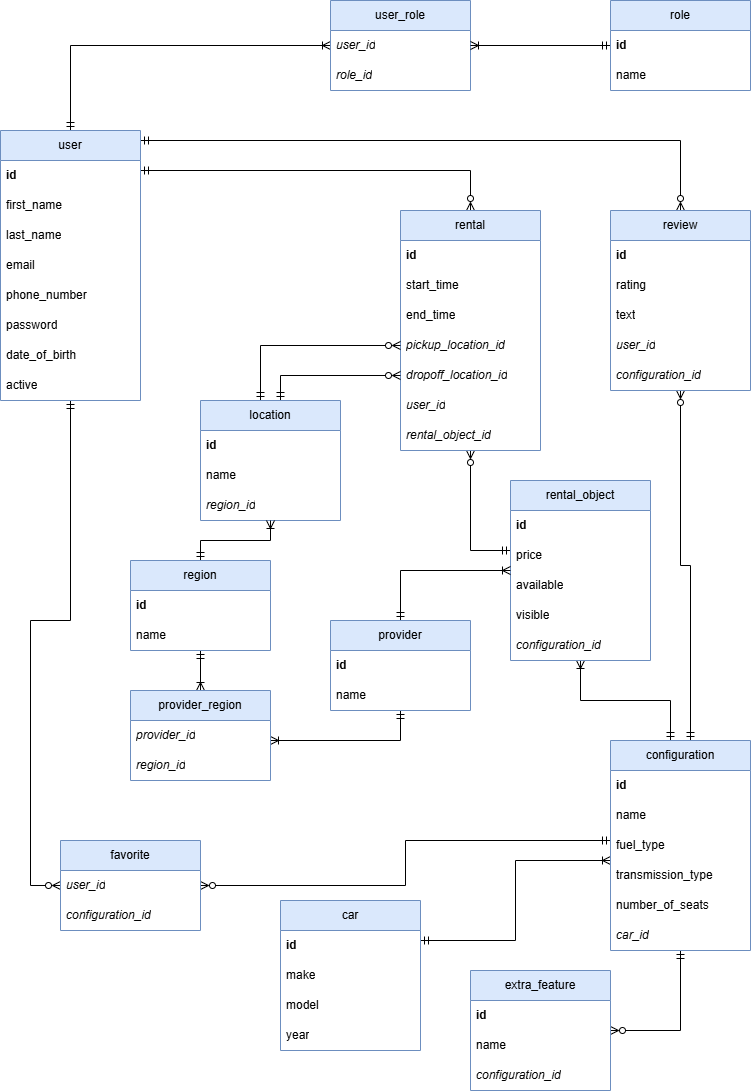
Before: docs/diagrams/er-diagram.png, a diagram exported from draw.io (sinbruh/group14-webapp). Source tidied: cells renumbered, new cells last; positions are measured from the earlier drawing's top-left corner, leaving out a move shared by most shapes.
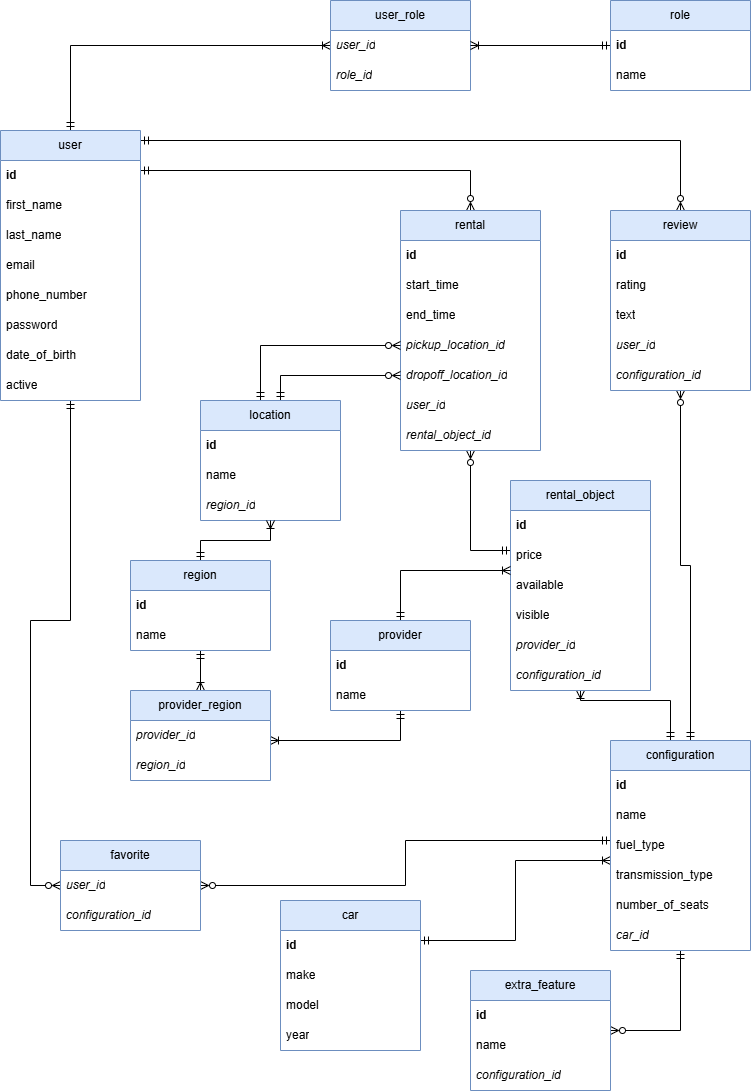
The same file after the commit.

The edit, as a diff of the source:
```diff
@@ -175,7 +175,7 @@
       </mxGeometry>
     </mxCell>
     <mxCell id="44" value="rental_object" style="swimlane;fontStyle=0;horizontal=1;startSize=30;whiteSpace=wrap;html=1;fillColor=#dae8fc;strokeColor=#6c8ebf;" parent="1" vertex="1">
-      <mxGeometry x="510" y="480" width="140" height="180" as="geometry" />
+      <mxGeometry x="510" y="480" width="140" height="210" as="geometry" />
     </mxCell>
     <mxCell id="45" value="&lt;b&gt;id&lt;/b&gt;" style="text;strokeColor=none;fillColor=none;align=left;verticalAlign=middle;spacingLeft=4;spacingRight=4;overflow=hidden;whiteSpace=wrap;html=1;" parent="44" vertex="1">
       <mxGeometry y="30" width="140" height="30" as="geometry" />
@@ -189,8 +189,11 @@
     <mxCell id="48" value="visible" style="text;strokeColor=none;fillColor=none;align=left;verticalAlign=middle;spacingLeft=4;spacingRight=4;overflow=hidden;whiteSpace=wrap;html=1;" parent="44" vertex="1">
       <mxGeometry y="120" width="140" height="30" as="geometry" />
     </mxCell>
+    <mxCell id="86" value="&lt;i&gt;provider_id&lt;/i&gt;" style="text;strokeColor=none;fillColor=none;align=left;verticalAlign=middle;spacingLeft=4;spacingRight=4;overflow=hidden;whiteSpace=wrap;html=1;" parent="44" vertex="1">
+      <mxGeometry y="150" width="140" height="30" as="geometry" />
+    </mxCell>
     <mxCell id="49" value="&lt;i&gt;configuration_id&lt;/i&gt;" style="text;strokeColor=none;fillColor=none;align=left;verticalAlign=middle;spacingLeft=4;spacingRight=4;overflow=hidden;whiteSpace=wrap;html=1;" parent="44" vertex="1">
-      <mxGeometry y="150" width="140" height="30" as="geometry" />
+      <mxGeometry y="180" width="140" height="30" as="geometry" />
     </mxCell>
     <mxCell id="50" value="rental" style="swimlane;fontStyle=0;horizontal=1;startSize=30;whiteSpace=wrap;html=1;fillColor=#dae8fc;strokeColor=#6c8ebf;" parent="1" vertex="1">
       <mxGeometry x="400" y="210" width="140" height="240" as="geometry" />
```
